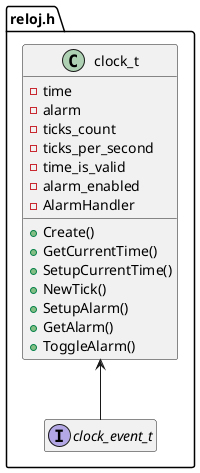
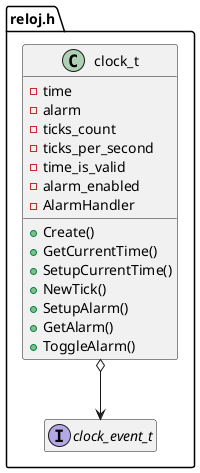
@startuml Clock Service
set separator none
hide empty members

package "reloj.h" {

    class clock_t {
        - time
        - alarm
        - ticks_count
        - ticks_per_second
        - time_is_valid
        - alarm_enabled
        - AlarmHandler
        + Create()
        + GetCurrentTime()
        + SetupCurrentTime()
        + NewTick()
        + SetupAlarm()
        + GetAlarm()
        + ToggleAlarm()
    }

    interface clock_event_t
-     clock_t <-- clock_event_t
+     clock_t o--> clock_event_t

}
@enduml
